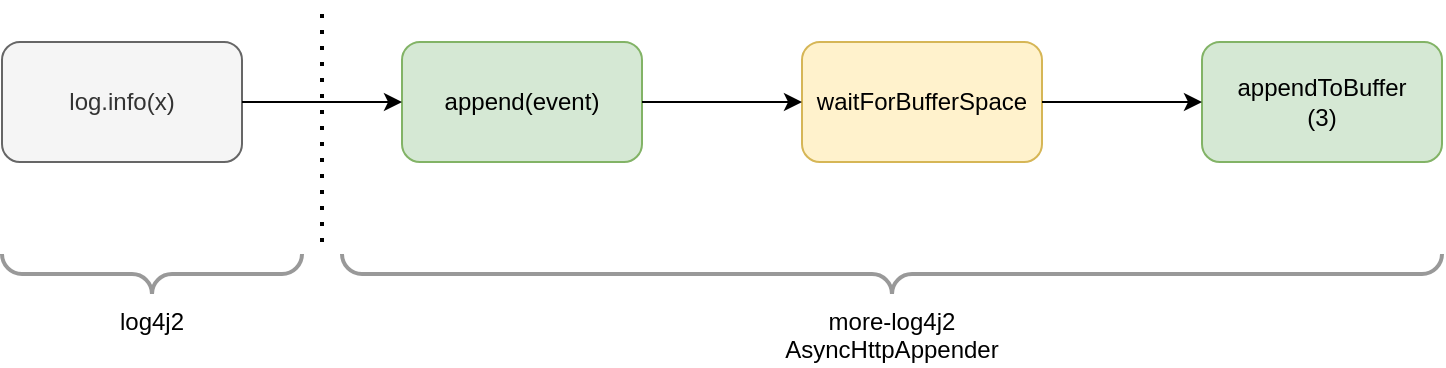
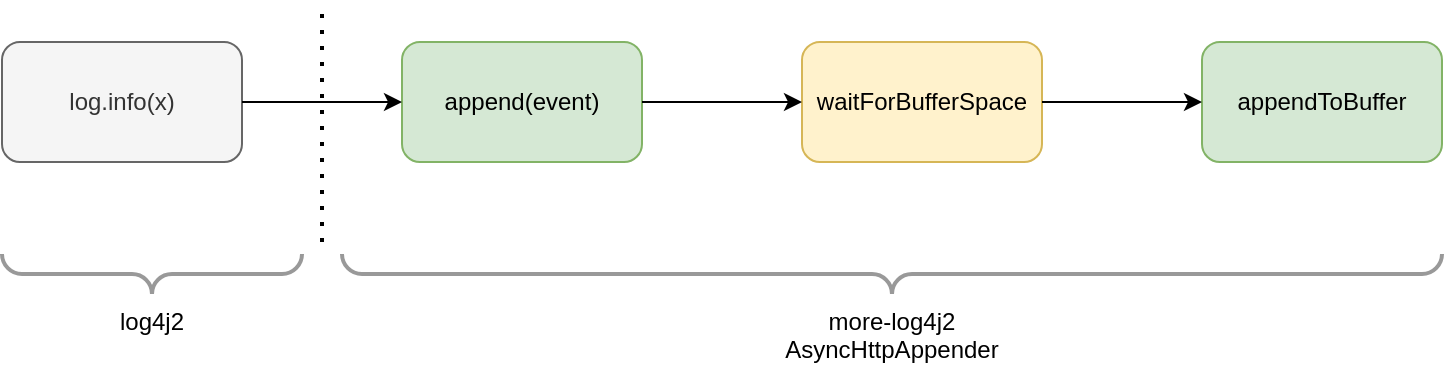
<mxfile host="Electron">
  <diagram name="Page-1" id="EooaVccjyX0nO5Z9Wqe2">
    <mxGraphModel dx="2054" dy="1210" grid="1" gridSize="10" guides="1" tooltips="1" connect="1" arrows="1" fold="1" page="1" pageScale="1" pageWidth="1169" pageHeight="827" math="0" shadow="0">
      <root>
        <mxCell id="0" />
        <mxCell id="1" parent="0" />
        <mxCell id="N0Xhakewti7OGX9amp9R-1" parent="1" style="rounded=1;whiteSpace=wrap;html=1;fillColor=#d5e8d4;strokeColor=#82b366;" value="append(event)" vertex="1">
          <mxGeometry height="60" width="120" x="280" y="160" as="geometry" />
        </mxCell>
        <mxCell id="N0Xhakewti7OGX9amp9R-4" parent="1" style="rounded=1;whiteSpace=wrap;html=1;fillColor=#fff2cc;strokeColor=#d6b656;" value="waitForBufferSpace" vertex="1">
          <mxGeometry height="60" width="120" x="480" y="160" as="geometry" />
        </mxCell>
-         <mxCell id="N0Xhakewti7OGX9amp9R-6" parent="1" style="rounded=1;whiteSpace=wrap;html=1;fillColor=#d5e8d4;strokeColor=#82b366;" value="appendToBuffer&lt;div&gt;(3)&lt;/div&gt;" vertex="1">
+         <mxCell id="N0Xhakewti7OGX9amp9R-6" parent="1" style="rounded=1;whiteSpace=wrap;html=1;fillColor=#d5e8d4;strokeColor=#82b366;" value="appendToBuffer" vertex="1">
          <mxGeometry height="60" width="120" x="680" y="160" as="geometry" />
        </mxCell>
        <mxCell id="N0Xhakewti7OGX9amp9R-7" parent="1" style="rounded=1;whiteSpace=wrap;html=1;fillColor=#f5f5f5;fontColor=#333333;strokeColor=#666666;" value="log.info(x)" vertex="1">
          <mxGeometry height="60" width="120" x="80" y="160" as="geometry" />
        </mxCell>
        <mxCell id="N0Xhakewti7OGX9amp9R-8" edge="1" parent="1" source="N0Xhakewti7OGX9amp9R-7" style="endArrow=classic;html=1;rounded=0;exitX=1;exitY=0.5;exitDx=0;exitDy=0;" target="N0Xhakewti7OGX9amp9R-1" value="">
          <mxGeometry height="50" relative="1" width="50" as="geometry">
            <mxPoint x="890" y="540" as="sourcePoint" />
            <mxPoint x="940" y="490" as="targetPoint" />
          </mxGeometry>
        </mxCell>
        <mxCell id="N0Xhakewti7OGX9amp9R-10" edge="1" parent="1" source="N0Xhakewti7OGX9amp9R-4" style="endArrow=classic;html=1;rounded=0;exitX=1;exitY=0.5;exitDx=0;exitDy=0;entryX=0;entryY=0.5;entryDx=0;entryDy=0;" target="N0Xhakewti7OGX9amp9R-6" value="">
          <mxGeometry height="50" relative="1" width="50" as="geometry">
            <mxPoint x="600" y="189.5" as="sourcePoint" />
            <mxPoint x="680" y="189.5" as="targetPoint" />
          </mxGeometry>
        </mxCell>
        <mxCell id="N0Xhakewti7OGX9amp9R-12" edge="1" parent="1" source="N0Xhakewti7OGX9amp9R-1" style="endArrow=classic;html=1;rounded=0;exitX=1;exitY=0.5;exitDx=0;exitDy=0;entryX=0;entryY=0.5;entryDx=0;entryDy=0;" target="N0Xhakewti7OGX9amp9R-4" value="">
          <mxGeometry height="50" relative="1" width="50" as="geometry">
            <mxPoint x="880" y="540" as="sourcePoint" />
            <mxPoint x="930" y="490" as="targetPoint" />
          </mxGeometry>
        </mxCell>
        <mxCell id="N0Xhakewti7OGX9amp9R-13" edge="1" parent="1" style="endArrow=none;dashed=1;html=1;dashPattern=1 3;strokeWidth=2;rounded=0;" value="">
          <mxGeometry height="50" relative="1" width="50" as="geometry">
            <mxPoint x="240" y="260" as="sourcePoint" />
            <mxPoint x="240" y="140" as="targetPoint" />
          </mxGeometry>
        </mxCell>
        <mxCell id="N0Xhakewti7OGX9amp9R-14" parent="1" style="verticalLabelPosition=bottom;shadow=0;dashed=0;align=center;html=1;verticalAlign=top;strokeWidth=2;shape=mxgraph.mockup.markup.curlyBrace;whiteSpace=wrap;strokeColor=#999999;direction=west;" value="log4j2" vertex="1">
          <mxGeometry height="20" width="150" x="80" y="266" as="geometry" />
        </mxCell>
        <mxCell id="N0Xhakewti7OGX9amp9R-15" parent="1" style="verticalLabelPosition=bottom;shadow=0;dashed=0;align=center;html=1;verticalAlign=top;strokeWidth=2;shape=mxgraph.mockup.markup.curlyBrace;whiteSpace=wrap;strokeColor=#999999;direction=west;" value="more-log4j2&lt;div&gt;AsyncHttpAppender&lt;/div&gt;" vertex="1">
          <mxGeometry height="20" width="550" x="250" y="266" as="geometry" />
        </mxCell>
      </root>
    </mxGraphModel>
  </diagram>
</mxfile>
